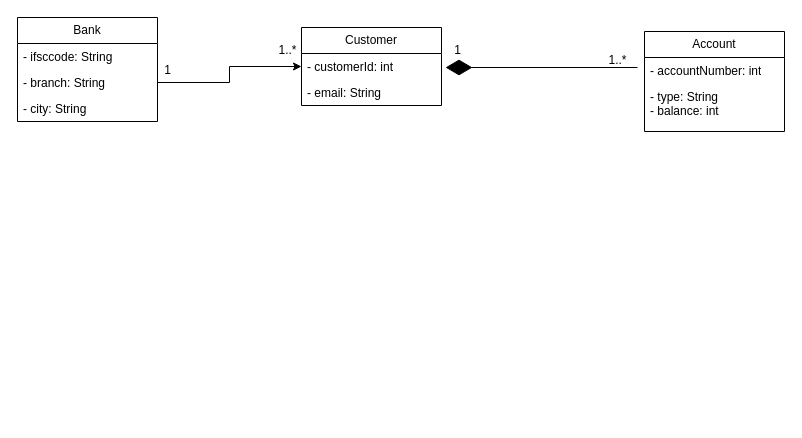
prakashbtech87/aaaaaaaaaaaPrakashDrawIORepo keeps this draw.io diagram as page "Banking Account Management by Claude" (6 of 7) of UML Diagram/WDDemo.drawio. Above is the earlier version. Source tidied: cells renumbered, new cells numbered last; positions are measured from the earlier drawing's top-left corner, leaving out a move shared by most shapes. Both pictures are drawn from the tidied source at 100%, with x=0, y=0 at pixel (17, 17).
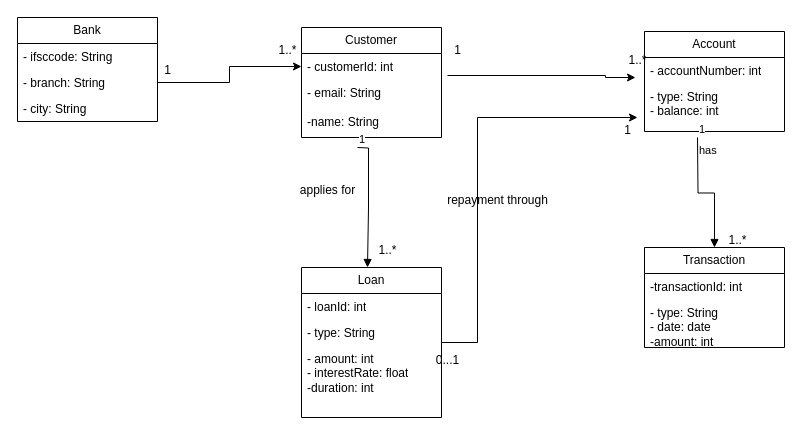
After the change.

What changed in the source:
```diff
@@
     <mxCell id="2" value="Customer" style="swimlane;fontStyle=0;horizontal=1;startSize=26;fillColor=none;whiteSpace=wrap;html=1;" parent="1" vertex="1">
-      <mxGeometry x="284" y="10" width="140" height="78" as="geometry" />
+      <mxGeometry x="284" y="10" width="140" height="110" as="geometry" />
     </mxCell>
@@
-    <mxCell id="4" value="- email: String" style="text;strokeColor=none;fillColor=none;align=left;verticalAlign=top;spacingLeft=4;spacingRight=4;overflow=hidden;whiteSpace=wrap;html=1;" parent="2" vertex="1">
-      <mxGeometry y="52" width="140" height="26" as="geometry" />
+    <mxCell id="4" value="- email: String&lt;div&gt;&lt;br&gt;&lt;/div&gt;&lt;div&gt;-name: String&amp;nbsp;&lt;/div&gt;" style="text;strokeColor=none;fillColor=none;align=left;verticalAlign=top;spacingLeft=4;spacingRight=4;overflow=hidden;whiteSpace=wrap;html=1;" parent="2" vertex="1">
+      <mxGeometry y="52" width="140" height="58" as="geometry" />
     </mxCell>
@@
     <mxCell id="16" value="1..*" style="text;html=1;align=center;verticalAlign=middle;points=[];strokeColor=none;fillColor=none;" parent="1" vertex="1">
-      <mxGeometry x="580" y="28" width="40" height="30" as="geometry" />
+      <mxGeometry x="600" y="28" width="40" height="30" as="geometry" />
     </mxCell>
-    <mxCell id="17" style="endArrow=diamondThin;endFill=1;endSize=24;html=1;rounded=0;" parent="1" edge="1">
-      <mxGeometry relative="1" as="geometry">
-        <mxPoint x="620" y="50" as="sourcePoint" />
-        <mxPoint x="428" y="50" as="targetPoint" />
-      </mxGeometry>
-    </mxCell>
+    <mxCell id="18" style="edgeStyle=orthogonalEdgeStyle;rounded=0;jettySize=auto;html=1;entryX=0.45;entryY=1.067;entryDx=0;entryDy=0;entryPerimeter=0;" parent="1" edge="1" target="16">
+      <mxGeometry relative="1" as="geometry">
+        <mxPoint x="430" y="58" as="sourcePoint" />
+        <Array as="points">
+          <mxPoint x="588" y="58" />
+          <mxPoint x="588" y="60" />
+        </Array>
+      </mxGeometry>
+    </mxCell>
+    <mxCell id="19" value="Transaction" style="swimlane;fontStyle=0;horizontal=1;startSize=26;fillColor=none;whiteSpace=wrap;html=1;" parent="1" vertex="1">
+      <mxGeometry x="627" y="230" width="140" height="100" as="geometry" />
+    </mxCell>
+    <mxCell id="20" value="-transactionId: int" style="text;strokeColor=none;fillColor=none;align=left;verticalAlign=top;spacingLeft=4;spacingRight=4;overflow=hidden;whiteSpace=wrap;html=1;" parent="19" vertex="1">
+      <mxGeometry y="26" width="140" height="26" as="geometry" />
+    </mxCell>
+    <mxCell id="21" value="- type: String&lt;div&gt;- date: date&lt;/div&gt;&lt;div&gt;-amount: int&lt;/div&gt;" style="text;strokeColor=none;fillColor=none;align=left;verticalAlign=top;spacingLeft=4;spacingRight=4;overflow=hidden;whiteSpace=wrap;html=1;" parent="19" vertex="1">
+      <mxGeometry y="52" width="140" height="48" as="geometry" />
+    </mxCell>
+    <mxCell id="22" value="has" style="endArrow=block;endFill=1;html=1;edgeStyle=orthogonalEdgeStyle;align=left;verticalAlign=top;rounded=0;entryX=0.5;entryY=0;entryDx=0;entryDy=0;" parent="1" edge="1" target="19">
+      <mxGeometry x="-1" relative="1" as="geometry">
+        <mxPoint x="680" y="120" as="sourcePoint" />
+      </mxGeometry>
+    </mxCell>
+    <mxCell id="23" value="1" style="edgeLabel;html=1;align=left;verticalAlign=bottom;" parent="22" vertex="1">
+      <mxGeometry x="-1" relative="1" as="geometry" />
+    </mxCell>
+    <mxCell id="24" value="1..*" style="text;html=1;align=center;verticalAlign=middle;strokeColor=none;fillColor=none;" parent="1" vertex="1">
+      <mxGeometry x="700" y="208" width="40" height="30" as="geometry" />
+    </mxCell>
+    <mxCell id="25" style="edgeStyle=orthogonalEdgeStyle;rounded=0;jettySize=auto;html=1;" parent="1" edge="1" source="26">
+      <mxGeometry relative="1" as="geometry">
+        <mxPoint x="620" y="100" as="targetPoint" />
+        <Array as="points">
+          <mxPoint x="460" y="325" />
+          <mxPoint x="460" y="100" />
+        </Array>
+      </mxGeometry>
+    </mxCell>
+    <mxCell id="26" value="Loan" style="swimlane;fontStyle=0;horizontal=1;startSize=26;fillColor=none;whiteSpace=wrap;html=1;" parent="1" vertex="1">
+      <mxGeometry x="284" y="250" width="140" height="150" as="geometry" />
+    </mxCell>
+    <mxCell id="27" value="- loanId: int" style="text;strokeColor=none;fillColor=none;align=left;verticalAlign=top;spacingLeft=4;spacingRight=4;overflow=hidden;whiteSpace=wrap;html=1;" parent="26" vertex="1">
+      <mxGeometry y="26" width="140" height="26" as="geometry" />
+    </mxCell>
+    <mxCell id="28" value="- type: String" style="text;strokeColor=none;fillColor=none;align=left;verticalAlign=top;spacingLeft=4;spacingRight=4;overflow=hidden;whiteSpace=wrap;html=1;" parent="26" vertex="1">
+      <mxGeometry y="52" width="140" height="26" as="geometry" />
+    </mxCell>
+    <mxCell id="29" value="- amount: int&lt;div&gt;- interestRate: float&lt;/div&gt;&lt;div&gt;-duration: int&lt;/div&gt;" style="text;strokeColor=none;fillColor=none;align=left;verticalAlign=top;spacingLeft=4;spacingRight=4;overflow=hidden;whiteSpace=wrap;html=1;" parent="26" vertex="1">
+      <mxGeometry y="78" width="140" height="72" as="geometry" />
+    </mxCell>
+    <mxCell id="30" style="endArrow=block;endFill=1;html=1;edgeStyle=orthogonalEdgeStyle;align=left;verticalAlign=top;rounded=0;" parent="1" edge="1">
+      <mxGeometry x="-1" relative="1" as="geometry">
+        <mxPoint x="340" y="130" as="sourcePoint" />
+        <mxPoint x="350" y="250" as="targetPoint" />
+      </mxGeometry>
+    </mxCell>
+    <mxCell id="31" value="1" style="edgeLabel;html=1;align=left;verticalAlign=bottom;" parent="30" vertex="1">
+      <mxGeometry x="-1" relative="1" as="geometry" />
+    </mxCell>
+    <mxCell id="32" value="1..*" style="text;html=1;align=center;verticalAlign=middle;strokeColor=none;fillColor=none;" parent="1" vertex="1">
+      <mxGeometry x="350" y="218" width="40" height="30" as="geometry" />
+    </mxCell>
+    <mxCell id="33" value="0...1" style="text;html=1;align=center;verticalAlign=middle;strokeColor=none;fillColor=none;" parent="1" vertex="1">
+      <mxGeometry x="405" y="328" width="50" height="30" as="geometry" />
+    </mxCell>
+    <mxCell id="34" value="1" style="text;html=1;align=center;verticalAlign=middle;strokeColor=none;fillColor=none;" parent="1" vertex="1">
+      <mxGeometry x="595" y="98" width="30" height="30" as="geometry" />
+    </mxCell>
+    <mxCell id="35" value="applies for" style="text;html=1;align=center;verticalAlign=middle;strokeColor=none;fillColor=none;" parent="1" vertex="1">
+      <mxGeometry x="270" y="158" width="80" height="30" as="geometry" />
+    </mxCell>
+    <mxCell id="36" value="repayment through" style="text;html=1;align=center;verticalAlign=middle;strokeColor=none;fillColor=none;" parent="1" vertex="1">
+      <mxGeometry x="420" y="168" width="120" height="30" as="geometry" />
+    </mxCell>
```
